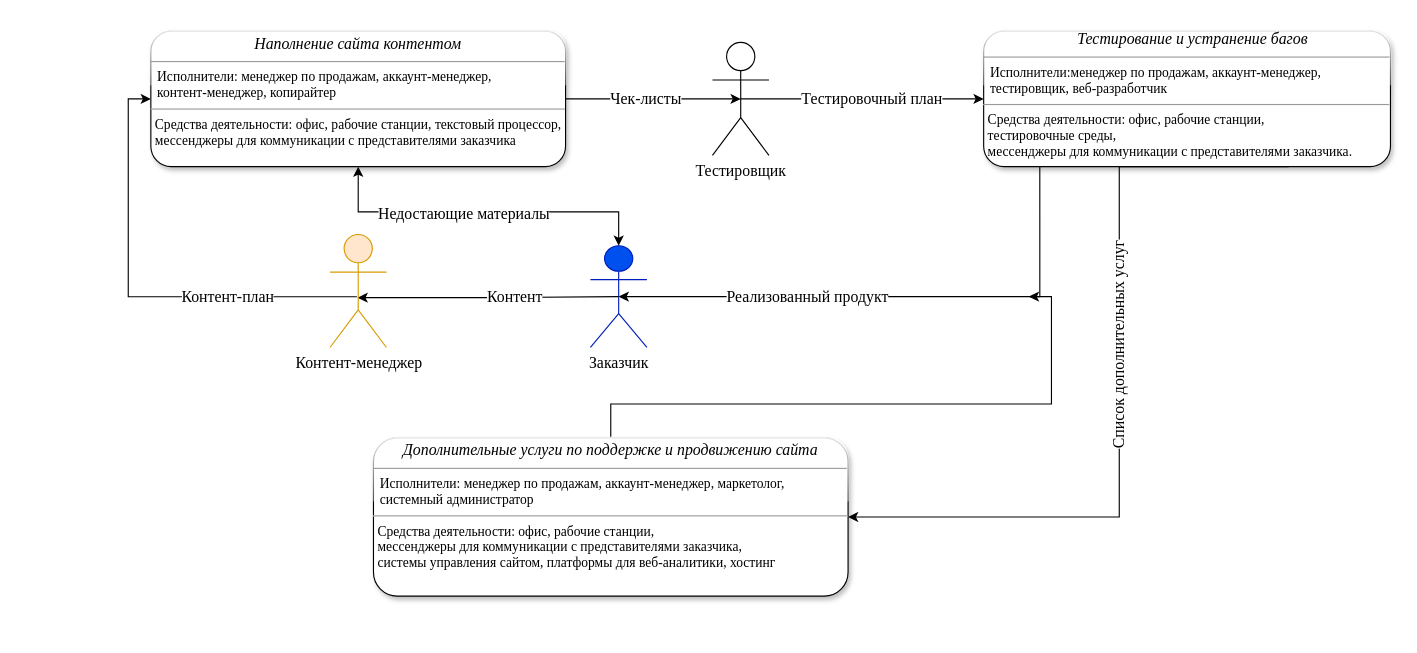
Earlier version of the draw.io diagram page "Диаграмма взаимосвязи подсистемы (Сопровождение)" (6 of 7) of 3 курс/5 семестр/ТСиСА/Курсовая/модели2ч.drawio (Luzinsan/tusur). Source tidied: cells renumbered, new cells numbered last; positions are measured from the earlier drawing's top-left corner, leaving out a move shared by most shapes. Both pictures are drawn from the tidied source at 113%, with x=0, y=0 at pixel (128, 31).
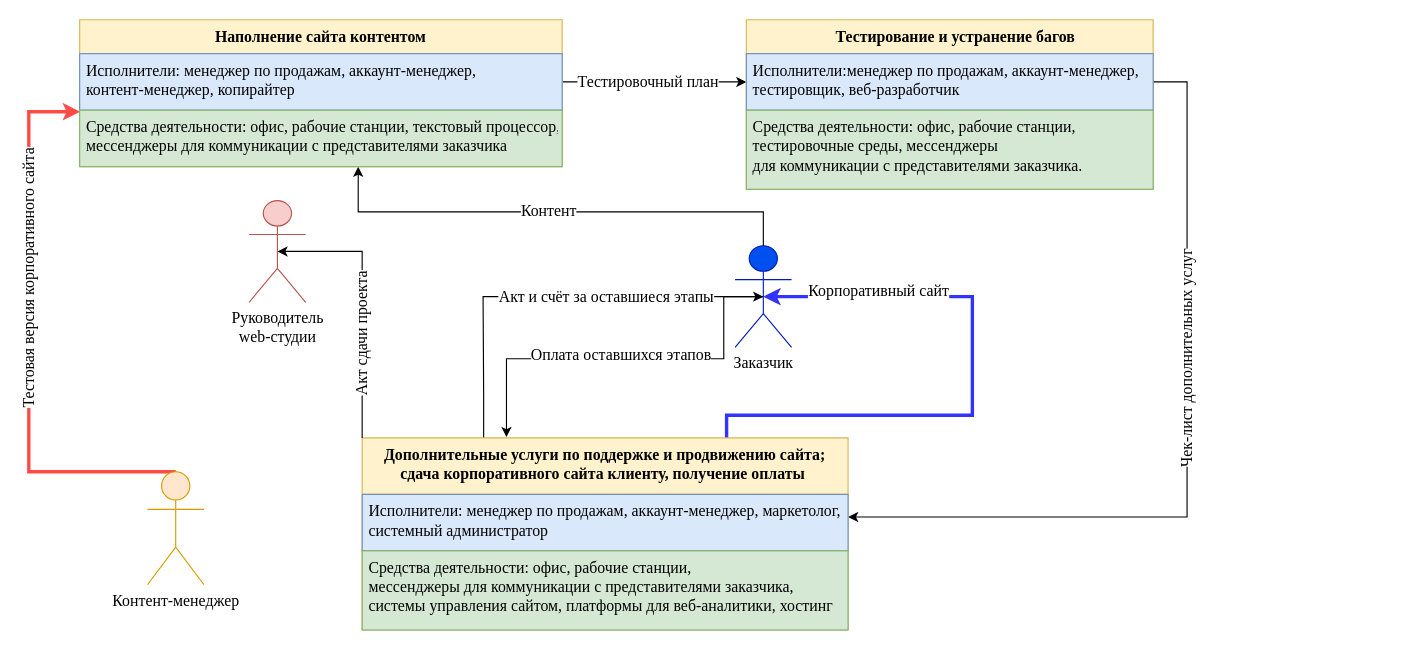
The same diagram, later.

The edit, as a diff of the source:
```diff
@@
+    <mxCell id="23" style="edgeStyle=orthogonalEdgeStyle;rounded=0;jettySize=auto;html=1;entryX=0.297;entryY=-0.004;entryDx=0;entryDy=0;strokeWidth=1;fontFamily=Times New Roman;fontSize=14;startArrow=none;startFill=0;endArrow=classic;endFill=1;exitX=0.5;exitY=0.5;exitDx=0;exitDy=0;exitPerimeter=0;entryPerimeter=0;" parent="1" edge="1" source="2" target="35">
+      <mxGeometry relative="1" as="geometry">
+        <Array as="points">
+          <mxPoint x="527" y="235" />
+          <mxPoint x="527" y="290" />
+          <mxPoint x="335" y="290" />
+          <mxPoint x="335" y="359" />
+        </Array>
+      </mxGeometry>
+    </mxCell>
+    <mxCell id="24" value="&lt;span style=&quot;font-size: 14px;&quot;&gt;Оплата оставшихся этапов&lt;/span&gt;" style="edgeLabel;html=1;align=center;verticalAlign=middle;fontSize=14;fontFamily=Times New Roman;" parent="23" vertex="1">
+      <mxGeometry x="0.23" y="-3" relative="1" as="geometry">
+        <mxPoint x="34" as="offset" />
+      </mxGeometry>
+    </mxCell>
     <mxCell id="2" value="&lt;font color=&quot;#000000&quot;&gt;Заказчик&lt;/font&gt;" style="shape=umlActor;verticalLabelPosition=bottom;verticalAlign=top;html=1;fontFamily=Times New Roman;fontSize=14;fillColor=#0050ef;fontColor=#ffffff;strokeColor=#001DBC;" parent="1" vertex="1">
-      <mxGeometry x="409" y="190" width="50" height="90" as="geometry" />
+      <mxGeometry x="537" y="190" width="50" height="90" as="geometry" />
     </mxCell>
-    <mxCell id="3" style="edgeStyle=orthogonalEdgeStyle;rounded=0;jettySize=auto;html=1;entryX=0.5;entryY=0.5;entryDx=0;entryDy=0;entryPerimeter=0;fontFamily=Times New Roman;fontSize=14;fontColor=#000000;startArrow=classic;startFill=1;endArrow=none;endFill=0;exitX=0.489;exitY=0.559;exitDx=0;exitDy=0;exitPerimeter=0;" parent="1" edge="1" source="22" target="2">
-      <mxGeometry relative="1" as="geometry" />
-    </mxCell>
-    <mxCell id="4" value="Контент" style="edgeLabel;html=1;align=center;verticalAlign=middle;fontSize=14;fontFamily=Times New Roman;fontColor=#000000;" parent="3" vertex="1">
-      <mxGeometry x="0.06" relative="1" as="geometry">
-        <mxPoint x="16" as="offset" />
-      </mxGeometry>
-    </mxCell>
-    <mxCell id="5" style="edgeStyle=orthogonalEdgeStyle;rounded=0;jettySize=auto;html=1;entryX=0.5;entryY=0.5;entryDx=0;entryDy=0;fontFamily=Times New Roman;fontSize=14;fontColor=#000000;startArrow=none;startFill=0;endArrow=classic;endFill=1;entryPerimeter=0;" parent="1" edge="1" source="9" target="19">
-      <mxGeometry relative="1" as="geometry" />
-    </mxCell>
-    <mxCell id="6" value="Чек-листы" style="edgeLabel;html=1;align=center;verticalAlign=middle;fontSize=14;fontFamily=Times New Roman;fontColor=#000000;" parent="5" vertex="1">
-      <mxGeometry x="-0.1" y="-1" relative="1" as="geometry">
-        <mxPoint y="-1" as="offset" />
-      </mxGeometry>
-    </mxCell>
-    <mxCell id="7" style="edgeStyle=orthogonalEdgeStyle;rounded=0;jettySize=auto;html=1;entryX=0.5;entryY=0;entryDx=0;entryDy=0;entryPerimeter=0;strokeWidth=1;fontFamily=Times New Roman;fontSize=14;fontColor=#000000;startArrow=classic;startFill=1;endArrow=classic;endFill=1;" parent="1" edge="1" source="9" target="2">
+    <mxCell id="7" style="edgeStyle=orthogonalEdgeStyle;rounded=0;jettySize=auto;html=1;entryX=0.5;entryY=0;entryDx=0;entryDy=0;entryPerimeter=0;strokeWidth=1;fontFamily=Times New Roman;fontSize=14;fontColor=#000000;startArrow=classic;startFill=1;endArrow=none;endFill=0;" parent="1" edge="1" target="2">
       <mxGeometry relative="1" as="geometry">
+        <mxPoint x="203.5" y="120" as="sourcePoint" />
         <Array as="points">
           <mxPoint x="204" y="160" />
-          <mxPoint x="434" y="160" />
+          <mxPoint x="562" y="160" />
         </Array>
       </mxGeometry>
     </mxCell>
-    <mxCell id="8" value="Недостающие материалы" style="edgeLabel;html=1;align=center;verticalAlign=middle;fontSize=14;fontFamily=Times New Roman;fontColor=#000000;" parent="7" vertex="1">
+    <mxCell id="8" style="edgeLabel;html=1;align=center;verticalAlign=middle;fontSize=14;fontFamily=Times New Roman;fontColor=#000000;" parent="7" vertex="1">
       <mxGeometry x="-0.22" y="-2" relative="1" as="geometry">
-        <mxPoint x="16" as="offset" />
+        <mxPoint x="36" y="-2" as="offset" />
       </mxGeometry>
     </mxCell>
-    <mxCell id="9" value="&lt;p style=&quot;margin:0px;margin-top:4px;text-align:center;&quot;&gt;&lt;i style=&quot;font-size: 14px;&quot;&gt;Наполнение сайта контентом&lt;/i&gt;&lt;br&gt;&lt;/p&gt;&lt;hr size=&quot;1&quot;&gt;&lt;p style=&quot;margin:0px;margin-left:4px;&quot;&gt;&lt;/p&gt;&amp;nbsp; Исполнители: менеджер по продажам, аккаунт-менеджер, &lt;br&gt;&amp;nbsp; контент-менеджер, копирайтер&lt;br&gt;&lt;hr size=&quot;1&quot;&gt;&lt;p style=&quot;margin:0px;margin-left:4px;&quot;&gt;Средства деятельности: офис, рабочие станции, текстовый процессор,&lt;br&gt;мессенджеры для коммуникации с представителями заказчика&lt;br&gt;&lt;/p&gt;" style="verticalAlign=top;align=left;overflow=fill;fontSize=12;fontFamily=Times New Roman;html=1;glass=1;shadow=1;rounded=1;" parent="1" vertex="1">
-      <mxGeometry x="20" width="367" height="120" as="geometry" />
-    </mxCell>
+    <mxCell id="4" value="Контент" style="edgeLabel;html=1;align=center;verticalAlign=middle;fontSize=14;fontFamily=Times New Roman;" parent="7" vertex="1">
+      <mxGeometry x="-0.03" y="1" relative="1" as="geometry" />
+    </mxCell>
-    <mxCell id="10" style="edgeStyle=orthogonalEdgeStyle;rounded=0;jettySize=auto;html=1;fontFamily=Times New Roman;fontSize=14;fontColor=#000000;startArrow=none;startFill=0;endArrow=classic;endFill=1;exitX=0.5;exitY=0;exitDx=0;exitDy=0;" parent="1" edge="1" source="11">
+    <mxCell id="10" style="edgeStyle=orthogonalEdgeStyle;rounded=0;jettySize=auto;html=1;fontFamily=Times New Roman;fontSize=14;fontColor=#000000;startArrow=none;startFill=0;endArrow=classic;endFill=1;exitX=0.75;exitY=0;exitDx=0;exitDy=0;entryX=0.5;entryY=0.5;entryDx=0;entryDy=0;entryPerimeter=0;strokeColor=#3333FF;strokeWidth=3;" parent="1" edge="1" source="35" target="2">
       <mxGeometry relative="1" as="geometry">
-        <mxPoint x="797" y="235" as="targetPoint" />
         <Array as="points">
-          <mxPoint x="427" y="330" />
-          <mxPoint x="817" y="330" />
-          <mxPoint x="817" y="235" />
+          <mxPoint x="530" y="340" />
+          <mxPoint x="747" y="340" />
+          <mxPoint x="747" y="235" />
         </Array>
       </mxGeometry>
     </mxCell>
-    <mxCell id="11" value="&lt;p style=&quot;margin:0px;margin-top:4px;text-align:center;&quot;&gt;&lt;span style=&quot;font-size: 14px; background-color: initial;&quot;&gt;&lt;i&gt;Дополнительные услуги по поддержке и продвижению сайта&lt;/i&gt;&lt;/span&gt;&lt;span style=&quot;background-color: initial; color: rgba(0, 0, 0, 0); font-family: monospace; font-size: 0px; text-align: start;&quot;&gt;CmxGraphModel&lt;/span&gt;&lt;br&gt;&lt;/p&gt;&lt;hr size=&quot;1&quot;&gt;&lt;p style=&quot;margin:0px;margin-left:4px;&quot;&gt;&lt;/p&gt;&amp;nbsp; Исполнители: менеджер по продажам, аккаунт-менеджер, маркетолог, &lt;br&gt;&amp;nbsp; системный администратор&lt;br&gt;&lt;hr size=&quot;1&quot;&gt;&lt;p style=&quot;margin:0px;margin-left:4px;&quot;&gt;Средства деятельности: офис, рабочие станции,&amp;nbsp;&lt;br&gt;мессенджеры для коммуникации с представителями заказчика, &lt;br&gt;системы управления сайтом, платформы для веб-аналитики, хостинг&lt;br&gt;&lt;/p&gt;" style="verticalAlign=top;align=left;overflow=fill;fontSize=12;fontFamily=Times New Roman;html=1;glass=1;shadow=1;rounded=1;" parent="1" vertex="1">
-      <mxGeometry x="217" y="360" width="420" height="140" as="geometry" />
-    </mxCell>
+    <mxCell id="25" style="edgeLabel;html=1;align=center;verticalAlign=middle;fontSize=14;fontFamily=Times New Roman;" parent="10" vertex="1">
+      <mxGeometry x="-0.23" y="-3" relative="1" as="geometry" />
+    </mxCell>
+    <mxCell id="26" value="Корпоративный сайт" style="edgeLabel;html=1;align=center;verticalAlign=middle;fontSize=14;fontFamily=Times New Roman;" parent="10" vertex="1">
+      <mxGeometry x="-0.23" y="-3" relative="1" as="geometry">
+        <mxPoint x="-49" y="-113" as="offset" />
+      </mxGeometry>
+    </mxCell>
-    <mxCell id="12" style="edgeStyle=orthogonalEdgeStyle;rounded=0;jettySize=auto;html=1;entryX=1;entryY=0.5;entryDx=0;entryDy=0;fontFamily=Times New Roman;fontSize=14;fontColor=#000000;startArrow=none;startFill=0;endArrow=classic;endFill=1;exitX=0.75;exitY=1;exitDx=0;exitDy=0;" parent="1" edge="1" source="16" target="11">
+    <mxCell id="12" style="edgeStyle=orthogonalEdgeStyle;rounded=0;jettySize=auto;html=1;entryX=1;entryY=0.5;entryDx=0;entryDy=0;fontFamily=Times New Roman;fontSize=14;fontColor=#000000;startArrow=none;startFill=0;endArrow=classic;endFill=1;exitX=1;exitY=0.5;exitDx=0;exitDy=0;" parent="1" edge="1" source="31">
       <mxGeometry relative="1" as="geometry">
+        <mxPoint x="637" y="430" as="targetPoint" />
         <Array as="points">
-          <mxPoint x="877" y="120" />
-          <mxPoint x="877" y="430" />
+          <mxPoint x="937" y="45" />
+          <mxPoint x="937" y="430" />
         </Array>
       </mxGeometry>
     </mxCell>
-    <mxCell id="13" value="Список дополнительных услуг" style="edgeLabel;html=1;align=center;verticalAlign=middle;fontSize=14;fontFamily=Times New Roman;fontColor=#000000;horizontal=0;" parent="12" vertex="1">
+    <mxCell id="13" value="Чек-лист дополнительных услуг" style="edgeLabel;html=1;align=center;verticalAlign=middle;fontSize=14;fontFamily=Times New Roman;fontColor=#000000;horizontal=0;" parent="12" vertex="1">
       <mxGeometry x="-0.21" y="3" relative="1" as="geometry">
-        <mxPoint x="-3" y="32" as="offset" />
+        <mxPoint x="-3" y="-6" as="offset" />
       </mxGeometry>
     </mxCell>
-    <mxCell id="14" style="edgeStyle=orthogonalEdgeStyle;rounded=0;jettySize=auto;html=1;entryX=0.5;entryY=0.5;entryDx=0;entryDy=0;entryPerimeter=0;fontFamily=Times New Roman;fontSize=14;fontColor=#000000;startArrow=none;startFill=0;endArrow=classic;endFill=1;exitX=0.138;exitY=0.995;exitDx=0;exitDy=0;exitPerimeter=0;" parent="1" edge="1" source="16" target="2">
-      <mxGeometry relative="1" as="geometry">
-        <Array as="points">
-          <mxPoint x="807" y="235" />
-        </Array>
-      </mxGeometry>
-    </mxCell>
-    <mxCell id="15" value="Реализованный продукт" style="edgeLabel;html=1;align=center;verticalAlign=middle;fontSize=14;fontFamily=Times New Roman;fontColor=#000000;" parent="14" vertex="1">
-      <mxGeometry x="0.27" y="-1" relative="1" as="geometry">
-        <mxPoint x="-12" y="1" as="offset" />
-      </mxGeometry>
-    </mxCell>
-    <mxCell id="16" value="&lt;div style=&quot;text-align: center;&quot;&gt;&lt;span style=&quot;background-color: initial; font-size: 14px;&quot;&gt;&amp;nbsp; &amp;nbsp;&lt;/span&gt;&lt;i style=&quot;background-color: initial; text-align: center; font-size: 14px;&quot;&gt;Тестирование и устранение багов&lt;/i&gt;&lt;span style=&quot;background-color: initial; text-align: center; color: rgba(0, 0, 0, 0); font-family: monospace; font-size: 0px;&quot;&gt;CmxGraphModel&lt;/span&gt;&lt;/div&gt;&lt;hr size=&quot;1&quot;&gt;&lt;p style=&quot;margin:0px;margin-left:4px;&quot;&gt;&lt;/p&gt;&amp;nbsp; Исполнители:менеджер по продажам, аккаунт-менеджер, &lt;br&gt;&amp;nbsp; тестировщик,&amp;nbsp;веб-разработчик&lt;br&gt;&lt;hr size=&quot;1&quot;&gt;&lt;p style=&quot;margin:0px;margin-left:4px;&quot;&gt;Средства деятельности: офис, рабочие станции, &lt;br&gt;тестировочные среды,&lt;br&gt;мессенджеры для коммуникации с представителями заказчика.&lt;br&gt;&lt;br&gt;&lt;/p&gt;" style="verticalAlign=top;align=left;overflow=fill;fontSize=12;fontFamily=Times New Roman;html=1;glass=1;shadow=1;rounded=1;" parent="1" vertex="1">
-      <mxGeometry x="757" width="360" height="120" as="geometry" />
-    </mxCell>
-    <mxCell id="17" style="edgeStyle=orthogonalEdgeStyle;rounded=0;jettySize=auto;html=1;entryX=0;entryY=0.5;entryDx=0;entryDy=0;fontFamily=Times New Roman;fontSize=14;fontColor=#000000;startArrow=none;startFill=0;endArrow=classic;endFill=1;exitX=0.5;exitY=0.5;exitDx=0;exitDy=0;exitPerimeter=0;" parent="1" edge="1" source="19" target="16">
+    <mxCell id="17" style="edgeStyle=orthogonalEdgeStyle;rounded=0;jettySize=auto;html=1;entryX=0;entryY=0.5;entryDx=0;entryDy=0;fontFamily=Times New Roman;fontSize=14;fontColor=#000000;startArrow=none;startFill=0;endArrow=classic;endFill=1;exitX=1;exitY=0.5;exitDx=0;exitDy=0;" parent="1" edge="1" source="28" target="31">
       <mxGeometry relative="1" as="geometry" />
     </mxCell>
     <mxCell id="18" value="Тестировочный план" style="edgeLabel;html=1;align=center;verticalAlign=middle;fontSize=14;fontFamily=Times New Roman;fontColor=#000000;" parent="17" vertex="1">
       <mxGeometry x="-0.49" y="-2" relative="1" as="geometry">
-        <mxPoint x="60" y="-2" as="offset" />
+        <mxPoint x="33" y="-2" as="offset" />
       </mxGeometry>
     </mxCell>
-    <mxCell id="19" value="Тестировщик" style="shape=umlActor;verticalLabelPosition=bottom;verticalAlign=top;html=1;fontFamily=Times New Roman;fontSize=14;" parent="1" vertex="1">
-      <mxGeometry x="517" y="10" width="50" height="100" as="geometry" />
-    </mxCell>
-    <mxCell id="20" style="edgeStyle=orthogonalEdgeStyle;rounded=0;jettySize=auto;html=1;entryX=0;entryY=0.5;entryDx=0;entryDy=0;strokeWidth=1;fontFamily=Times New Roman;fontSize=14;fontColor=#000000;startArrow=none;startFill=0;endArrow=classic;endFill=1;exitX=0.476;exitY=0.551;exitDx=0;exitDy=0;exitPerimeter=0;" parent="1" edge="1" source="22" target="9">
+    <mxCell id="20" style="edgeStyle=orthogonalEdgeStyle;rounded=0;jettySize=auto;html=1;entryX=0.001;entryY=1.027;entryDx=0;entryDy=0;strokeWidth=3;fontFamily=Times New Roman;fontSize=14;fontColor=#000000;startArrow=none;startFill=0;endArrow=classic;endFill=1;exitX=0.5;exitY=0;exitDx=0;exitDy=0;exitPerimeter=0;entryPerimeter=0;strokeColor=#FF4B45;" parent="1" edge="1" source="22" target="28">
       <mxGeometry relative="1" as="geometry">
         <Array as="points">
-          <mxPoint y="235" />
-          <mxPoint y="60" />
+          <mxPoint x="-88" y="71" />
         </Array>
       </mxGeometry>
     </mxCell>
-    <mxCell id="21" value="Контент-план" style="edgeLabel;html=1;align=center;verticalAlign=middle;fontSize=14;fontFamily=Times New Roman;fontColor=#000000;" parent="20" vertex="1">
+    <mxCell id="21" value="Тестовая версия корпоративного сайта" style="edgeLabel;html=1;align=center;verticalAlign=middle;fontSize=14;fontFamily=Times New Roman;fontColor=#000000;horizontal=0;" parent="20" vertex="1">
       <mxGeometry x="-0.32" y="-1" relative="1" as="geometry">
-        <mxPoint x="20" y="1" as="offset" />
+        <mxPoint x="-1" y="-132" as="offset" />
       </mxGeometry>
     </mxCell>
     <mxCell id="22" value="Контент-менеджер" style="shape=umlActor;verticalLabelPosition=bottom;verticalAlign=top;html=1;fontFamily=Times New Roman;fontSize=14;fillColor=#ffe6cc;strokeColor=#d79b00;" parent="1" vertex="1">
-      <mxGeometry x="178.5" y="180" width="50" height="100" as="geometry" />
+      <mxGeometry x="17" y="390" width="50" height="100" as="geometry" />
     </mxCell>
+    <mxCell id="27" value="Наполнение сайта контентом&#10;" style="swimlane;fontStyle=1;align=center;verticalAlign=top;horizontal=1;startSize=30;fontFamily=Times New Roman;fillColor=#fff2cc;strokeColor=#d6b656;fontSize=14;" parent="1" vertex="1">
+      <mxGeometry x="-43" y="-10" width="427" height="130" as="geometry" />
+    </mxCell>
+    <mxCell id="28" value="Исполнители: менеджер по продажам, аккаунт-менеджер,&#10;контент-менеджер, копирайтер&#10;" style="text;strokeColor=#6c8ebf;fillColor=#dae8fc;align=left;verticalAlign=top;spacingLeft=4;spacingRight=4;overflow=hidden;points=[[0,0.5],[1,0.5]];portConstraint=eastwest;fontFamily=Times New Roman;fontSize=14;" parent="27" vertex="1">
+      <mxGeometry y="30" width="427" height="50" as="geometry" />
+    </mxCell>
+    <mxCell id="29" value="Средства деятельности: офис, рабочие станции, текстовый процессор,&#10;мессенджеры для коммуникации с представителями заказчика" style="text;strokeColor=#82b366;fillColor=#d5e8d4;align=left;verticalAlign=top;spacingLeft=4;spacingRight=4;overflow=hidden;fontFamily=Times New Roman;fontSize=14;" parent="27" vertex="1">
+      <mxGeometry y="80" width="427" height="50" as="geometry" />
+    </mxCell>
+    <mxCell id="30" value="   Тестирование и устранение багов&#10;" style="swimlane;fontStyle=1;align=center;verticalAlign=top;horizontal=1;startSize=30;fontFamily=Times New Roman;fillColor=#fff2cc;strokeColor=#d6b656;fontSize=14;" parent="1" vertex="1">
+      <mxGeometry x="547" y="-10" width="360" height="150" as="geometry" />
+    </mxCell>
+    <mxCell id="31" value="Исполнители:менеджер по продажам, аккаунт-менеджер,&#10;тестировщик, веб-разработчик" style="text;strokeColor=#6c8ebf;fillColor=#dae8fc;align=left;verticalAlign=top;spacingLeft=4;spacingRight=4;overflow=hidden;points=[[0,0.5],[1,0.5]];portConstraint=eastwest;fontFamily=Times New Roman;fontSize=14;" parent="30" vertex="1">
+      <mxGeometry y="30" width="360" height="50" as="geometry" />
+    </mxCell>
+    <mxCell id="32" value="Средства деятельности: офис, рабочие станции,&#10;тестировочные среды, мессенджеры &#10;для коммуникации с представителями заказчика." style="text;strokeColor=#82b366;fillColor=#d5e8d4;align=left;verticalAlign=top;spacingLeft=4;spacingRight=4;overflow=hidden;fontFamily=Times New Roman;fontSize=14;" parent="30" vertex="1">
+      <mxGeometry y="80" width="360" height="70" as="geometry" />
+    </mxCell>
+    <mxCell id="33" style="edgeStyle=orthogonalEdgeStyle;rounded=0;jettySize=auto;html=1;entryX=0.5;entryY=0.5;entryDx=0;entryDy=0;entryPerimeter=0;strokeWidth=1;fontFamily=Times New Roman;fontSize=14;startArrow=none;startFill=0;endArrow=classic;endFill=1;exitX=0.25;exitY=0;exitDx=0;exitDy=0;" parent="1" edge="1" source="35" target="2">
+      <mxGeometry relative="1" as="geometry">
+        <Array as="points">
+          <mxPoint x="314" y="320" />
+          <mxPoint x="314" y="235" />
+        </Array>
+      </mxGeometry>
+    </mxCell>
+    <mxCell id="34" value="&lt;span style=&quot;font-size: 14px;&quot;&gt;Акт и счёт за оставшиеся этапы&lt;/span&gt;" style="edgeLabel;html=1;align=center;verticalAlign=middle;fontSize=14;fontFamily=Times New Roman;" parent="33" vertex="1">
+      <mxGeometry x="0.19" relative="1" as="geometry">
+        <mxPoint x="12" as="offset" />
+      </mxGeometry>
+    </mxCell>
+    <mxCell id="35" value="Дополнительные услуги по поддержке и продвижению сайта; &#10;сдача корпоративного сайта клиенту, получение оплаты " style="swimlane;fontStyle=1;align=center;verticalAlign=top;horizontal=1;startSize=50;fontFamily=Times New Roman;fillColor=#fff2cc;strokeColor=#d6b656;fontSize=14;" parent="1" vertex="1">
+      <mxGeometry x="207" y="360" width="430" height="170" as="geometry" />
+    </mxCell>
+    <mxCell id="36" value="Исполнители: менеджер по продажам, аккаунт-менеджер, маркетолог,&#10;системный администратор" style="text;strokeColor=#6c8ebf;fillColor=#dae8fc;align=left;verticalAlign=top;spacingLeft=4;spacingRight=4;overflow=hidden;fontFamily=Times New Roman;fontSize=14;" parent="35" vertex="1">
+      <mxGeometry y="50" width="430" height="50" as="geometry" />
+    </mxCell>
+    <mxCell id="37" value="Средства деятельности: офис, рабочие станции, &#10;мессенджеры для коммуникации с представителями заказчика,&#10;системы управления сайтом, платформы для веб-аналитики, хостинг" style="text;strokeColor=#82b366;fillColor=#d5e8d4;align=left;verticalAlign=top;spacingLeft=4;spacingRight=4;overflow=hidden;fontFamily=Times New Roman;fontSize=14;" parent="35" vertex="1">
+      <mxGeometry y="100" width="430" height="70" as="geometry" />
+    </mxCell>
+    <mxCell id="38" value="Руководитель &lt;br&gt;web-студии" style="shape=umlActor;verticalLabelPosition=bottom;verticalAlign=top;html=1;fontFamily=Times New Roman;fontSize=14;fillColor=#f8cecc;strokeColor=#b85450;" parent="1" vertex="1">
+      <mxGeometry x="107" y="150" width="50" height="90" as="geometry" />
+    </mxCell>
+    <mxCell id="39" style="edgeStyle=orthogonalEdgeStyle;rounded=0;jettySize=auto;html=1;exitX=0.5;exitY=0.5;exitDx=0;exitDy=0;exitPerimeter=0;startArrow=classic;startFill=1;endArrow=none;endFill=0;entryX=0;entryY=0;entryDx=0;entryDy=0;" parent="1" edge="1" source="38" target="35">
+      <mxGeometry relative="1" as="geometry">
+        <Array as="points">
+          <mxPoint x="207" y="195" />
+        </Array>
+      </mxGeometry>
+    </mxCell>
+    <mxCell id="40" value="&lt;span style=&quot;font-family: &amp;quot;Times New Roman&amp;quot;; font-size: 14px;&quot;&gt;Акт сдачи проекта&lt;/span&gt;" style="edgeLabel;html=1;align=center;verticalAlign=middle;horizontal=0;" parent="39" vertex="1">
+      <mxGeometry x="-0.08" y="5" relative="1" as="geometry">
+        <mxPoint x="-5" y="39" as="offset" />
+      </mxGeometry>
+    </mxCell>
```
